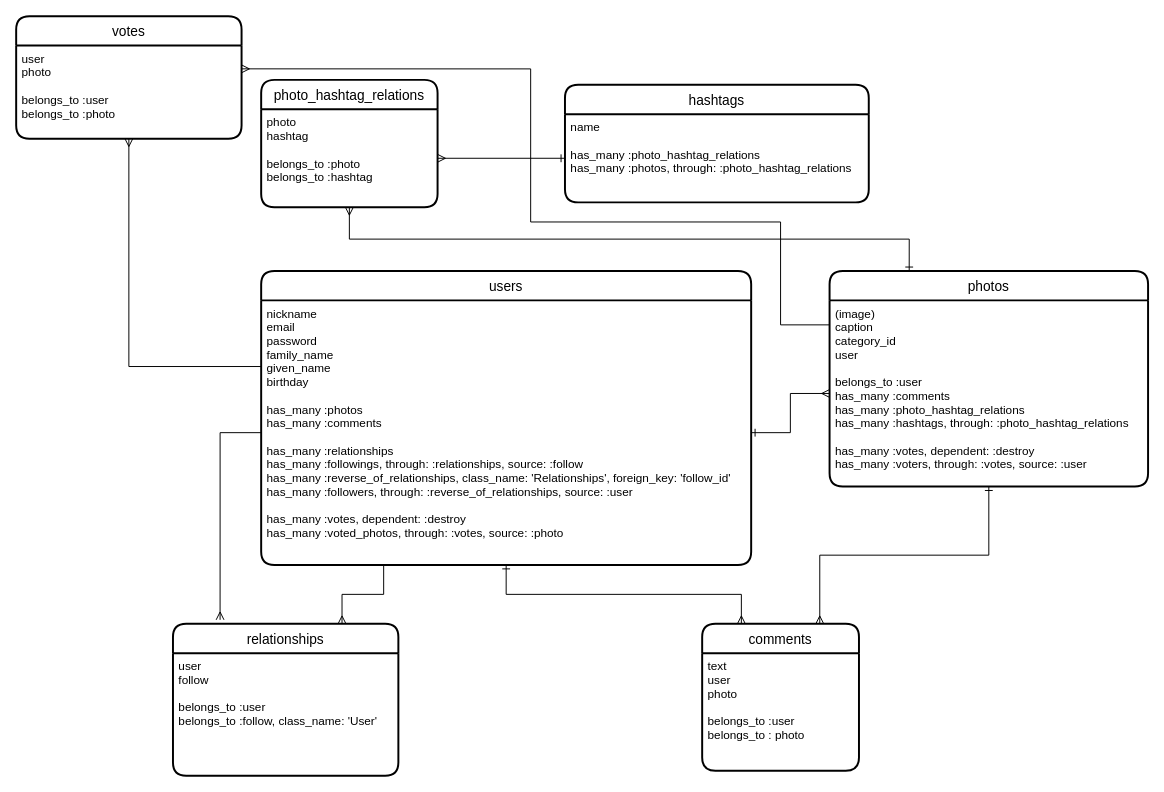
Earlier version of the draw.io diagram ER_petput.dio (MitsuTurtle/petput). Source tidied: cells renumbered, new cells numbered last; positions are measured from the earlier drawing's top-left corner, leaving out a move shared by most shapes. Both pictures are drawn from the tidied source at 98%, with x=0, y=0 at pixel (16, 16).
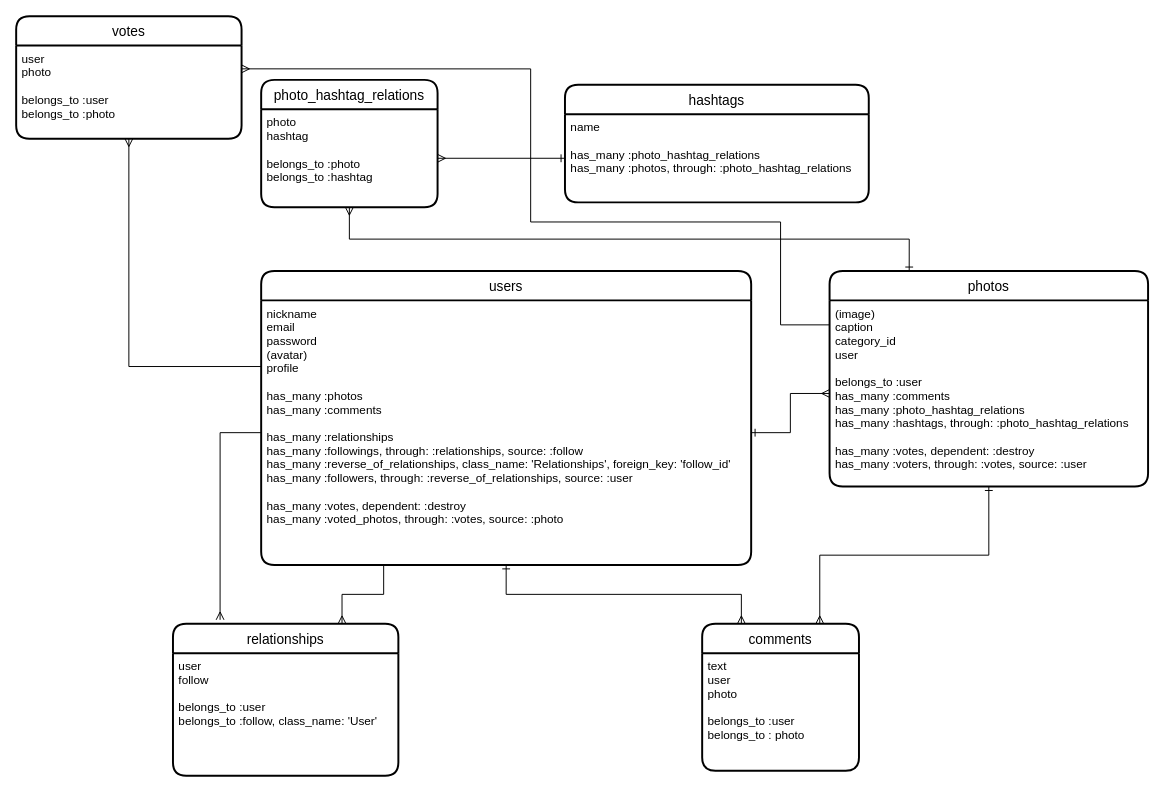
Above is the later version.

Commit message (it also covers changes not shown here):
ER図とREADEMEを修正

Unchanged cells that the change refers to:
```xml
<mxCell id="16" value="users" style="swimlane;horizontal=1;startSize=30;rounded=1;fontSize=14;fontStyle=0;strokeWidth=2;shadow=0;dashed=0;align=center;" parent="1" vertex="1">
  <mxGeometry x="250" y="260" width="500" height="300" as="geometry" />
</mxCell>
```

What changed in the source:
```diff
@@
-    <mxCell id="17" value="nickname&#10;email&#10;password&#10;family_name&#10;given_name&#10;birthday&#10;&#10;has_many :photos&#10;has_many :comments&#10;&#10;has_many :relationships&#10;  has_many :followings, through: :relationships, source: :follow&#10;  has_many :reverse_of_relationships, class_name: 'Relationships', foreign_key: 'follow_id'&#10;  has_many :followers, through: :reverse_of_relationships, source: :user&#10;&#10;has_many :votes, dependent: :destroy&#10;has_many :voted_photos, through: :votes, source: :photo&#10;" style="align=left;strokeColor=none;fillColor=none;spacingLeft=4;fontSize=12;verticalAlign=top;" parent="16" vertex="1">
+    <mxCell id="17" value="nickname&#10;email&#10;password&#10;(avatar)&#10;profile&#10;&#10;has_many :photos&#10;has_many :comments&#10;&#10;has_many :relationships&#10;  has_many :followings, through: :relationships, source: :follow&#10;  has_many :reverse_of_relationships, class_name: 'Relationships', foreign_key: 'follow_id'&#10;  has_many :followers, through: :reverse_of_relationships, source: :user&#10;&#10;has_many :votes, dependent: :destroy&#10;has_many :voted_photos, through: :votes, source: :photo&#10;" style="align=left;strokeColor=none;fillColor=none;spacingLeft=4;fontSize=12;verticalAlign=top;" parent="16" vertex="1">
       <mxGeometry y="30" width="500" height="270" as="geometry" />
     </mxCell>
```
